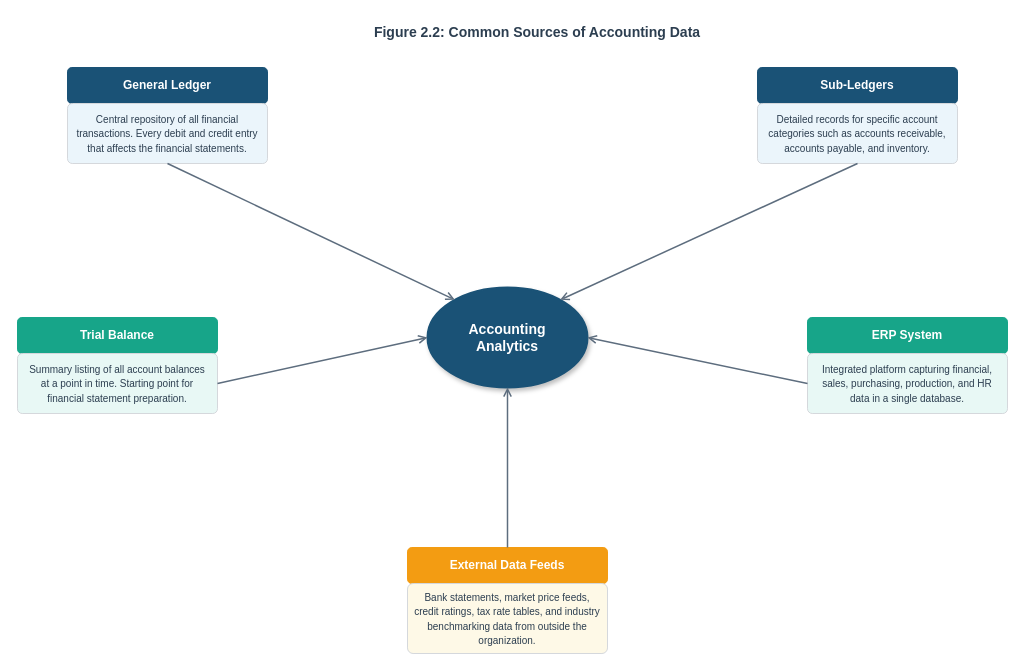
Before: visuals/src/fig-02-02-sources-accounting-data.drawio in mmcodesso/Accounting_Analytics_Book, a draw.io diagram. Source tidied: cells renumbered, new cells numbered last; positions are measured from the earlier drawing's top-left corner, leaving out a move shared by most shapes. Both pictures are drawn from the tidied source at 100%, with x=0, y=0 at pixel (17, 17).
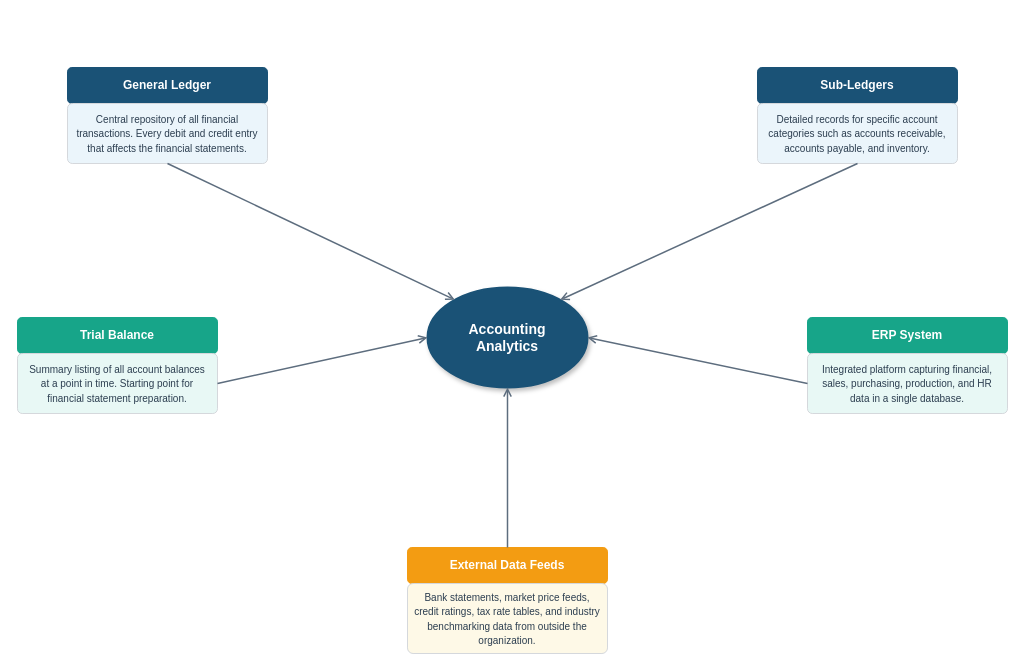
The same page after the edit.

The edit, as a diff of the source:
```diff
@@
 <mxGraphModel>
   <root>
     <mxCell id="0" />
     <mxCell id="1" parent="0" />
-    <mxCell id="2" value="&lt;b&gt;Figure 2.2: Common Sources of Accounting Data&lt;/b&gt;" style="text;html=1;align=center;verticalAlign=middle;whiteSpace=wrap;fontSize=14;fontColor=#2C3E50;fontFamily=Helvetica;" parent="1" vertex="1">
-      <mxGeometry x="220" width="600" height="30" as="geometry" />
-    </mxCell>
     <mxCell id="3" value="&lt;font color=&quot;#FFFFFF&quot; style=&quot;font-size:14px;&quot;&gt;&lt;b&gt;Accounting&lt;br&gt;Analytics&lt;/b&gt;&lt;/font&gt;" style="ellipse;whiteSpace=wrap;html=1;fillColor=#1A5276;strokeColor=#1A5276;strokeWidth=2;fontFamily=Helvetica;shadow=1;" parent="1" vertex="1">
       <mxGeometry x="410" y="270" width="160" height="100" as="geometry" />
     </mxCell>
     <mxCell id="4" value="&lt;font color=&quot;#FFFFFF&quot;&gt;&lt;b&gt;General Ledger&lt;/b&gt;&lt;/font&gt;" style="rounded=1;whiteSpace=wrap;html=1;fillColor=#1A5276;strokeColor=#1A5276;arcSize=12;verticalAlign=middle;fontSize=12;fontFamily=Helvetica;" parent="1" vertex="1">
       <mxGeometry x="50" y="50" width="200" height="36" as="geometry" />
     </mxCell>
     <mxCell id="5" value="&lt;font color=&quot;#2C3E50&quot; style=&quot;font-size:10px;&quot;&gt;Central repository of all financial transactions. Every debit and credit entry that affects the financial statements.&lt;/font&gt;" style="rounded=1;whiteSpace=wrap;html=1;fillColor=#EBF5FB;strokeColor=#D5D8DC;arcSize=8;verticalAlign=middle;spacing=8;fontFamily=Helvetica;" parent="1" vertex="1">
       <mxGeometry x="50" y="86" width="200" height="60" as="geometry" />
     </mxCell>
     <mxCell id="6" value="&lt;font color=&quot;#FFFFFF&quot;&gt;&lt;b&gt;Sub-Ledgers&lt;/b&gt;&lt;/font&gt;" style="rounded=1;whiteSpace=wrap;html=1;fillColor=#1A5276;strokeColor=#1A5276;arcSize=12;verticalAlign=middle;fontSize=12;fontFamily=Helvetica;" parent="1" vertex="1">
       <mxGeometry x="740" y="50" width="200" height="36" as="geometry" />
     </mxCell>
     <mxCell id="7" value="&lt;font color=&quot;#2C3E50&quot; style=&quot;font-size:10px;&quot;&gt;Detailed records for specific account categories such as accounts receivable, accounts payable, and inventory.&lt;/font&gt;" style="rounded=1;whiteSpace=wrap;html=1;fillColor=#EBF5FB;strokeColor=#D5D8DC;arcSize=8;verticalAlign=middle;spacing=8;fontFamily=Helvetica;" parent="1" vertex="1">
       <mxGeometry x="740" y="86" width="200" height="60" as="geometry" />
     </mxCell>
     <mxCell id="8" value="&lt;font color=&quot;#FFFFFF&quot;&gt;&lt;b&gt;Trial Balance&lt;/b&gt;&lt;/font&gt;" style="rounded=1;whiteSpace=wrap;html=1;fillColor=#17A589;strokeColor=#17A589;arcSize=12;verticalAlign=middle;fontSize=12;fontFamily=Helvetica;" parent="1" vertex="1">
       <mxGeometry y="300" width="200" height="36" as="geometry" />
     </mxCell>
     <mxCell id="9" value="&lt;font color=&quot;#2C3E50&quot; style=&quot;font-size:10px;&quot;&gt;Summary listing of all account balances at a point in time. Starting point for financial statement preparation.&lt;/font&gt;" style="rounded=1;whiteSpace=wrap;html=1;fillColor=#E8F8F5;strokeColor=#D5D8DC;arcSize=8;verticalAlign=middle;spacing=8;fontFamily=Helvetica;" parent="1" vertex="1">
       <mxGeometry y="336" width="200" height="60" as="geometry" />
     </mxCell>
     <mxCell id="10" value="&lt;font color=&quot;#FFFFFF&quot;&gt;&lt;b&gt;ERP System&lt;/b&gt;&lt;/font&gt;" style="rounded=1;whiteSpace=wrap;html=1;fillColor=#17A589;strokeColor=#17A589;arcSize=12;verticalAlign=middle;fontSize=12;fontFamily=Helvetica;" parent="1" vertex="1">
       <mxGeometry x="790" y="300" width="200" height="36" as="geometry" />
     </mxCell>
     <mxCell id="11" value="&lt;font color=&quot;#2C3E50&quot; style=&quot;font-size:10px;&quot;&gt;Integrated platform capturing financial, sales, purchasing, production, and HR data in a single database.&lt;/font&gt;" style="rounded=1;whiteSpace=wrap;html=1;fillColor=#E8F8F5;strokeColor=#D5D8DC;arcSize=8;verticalAlign=middle;spacing=8;fontFamily=Helvetica;" parent="1" vertex="1">
       <mxGeometry x="790" y="336" width="200" height="60" as="geometry" />
     </mxCell>
     <mxCell id="12" value="&lt;font color=&quot;#FFFFFF&quot;&gt;&lt;b&gt;External Data Feeds&lt;/b&gt;&lt;/font&gt;" style="rounded=1;whiteSpace=wrap;html=1;fillColor=#F39C12;strokeColor=#F39C12;arcSize=12;verticalAlign=middle;fontSize=12;fontFamily=Helvetica;" parent="1" vertex="1">
       <mxGeometry x="390" y="530" width="200" height="36" as="geometry" />
     </mxCell>
     <mxCell id="13" value="&lt;font color=&quot;#2C3E50&quot; style=&quot;font-size:10px;&quot;&gt;Bank statements, market price feeds, credit ratings, tax rate tables, and industry benchmarking data from outside the organization.&lt;/font&gt;" style="rounded=1;whiteSpace=wrap;html=1;fillColor=#FEF9E7;strokeColor=#D5D8DC;arcSize=8;verticalAlign=middle;spacing=8;fontFamily=Helvetica;" parent="1" vertex="1">
       <mxGeometry x="390" y="566" width="200" height="70" as="geometry" />
     </mxCell>
     <mxCell id="14" style="rounded=1;jettySize=auto;strokeColor=#5D6D7E;strokeWidth=1.5;endArrow=open;endFill=0;exitX=0.5;exitY=1;exitDx=0;exitDy=0;entryX=0.15;entryY=0.1;entryDx=0;entryDy=0;curved=1;" parent="1" edge="1" source="5" target="3">
       <mxGeometry relative="1" as="geometry" />
     </mxCell>
     <mxCell id="15" style="rounded=1;jettySize=auto;strokeColor=#5D6D7E;strokeWidth=1.5;endArrow=open;endFill=0;exitX=0.5;exitY=1;exitDx=0;exitDy=0;entryX=0.85;entryY=0.1;entryDx=0;entryDy=0;curved=1;" parent="1" edge="1" source="7" target="3">
       <mxGeometry relative="1" as="geometry" />
     </mxCell>
     <mxCell id="16" style="rounded=1;jettySize=auto;strokeColor=#5D6D7E;strokeWidth=1.5;endArrow=open;endFill=0;exitX=1;exitY=0.5;exitDx=0;exitDy=0;entryX=0;entryY=0.5;entryDx=0;entryDy=0;" parent="1" edge="1" source="9" target="3">
       <mxGeometry relative="1" as="geometry" />
     </mxCell>
     <mxCell id="17" style="rounded=1;jettySize=auto;strokeColor=#5D6D7E;strokeWidth=1.5;endArrow=open;endFill=0;exitX=0;exitY=0.5;exitDx=0;exitDy=0;entryX=1;entryY=0.5;entryDx=0;entryDy=0;" parent="1" edge="1" source="11" target="3">
       <mxGeometry relative="1" as="geometry" />
     </mxCell>
     <mxCell id="18" style="rounded=1;jettySize=auto;strokeColor=#5D6D7E;strokeWidth=1.5;endArrow=open;endFill=0;exitX=0.5;exitY=0;exitDx=0;exitDy=0;entryX=0.5;entryY=1;entryDx=0;entryDy=0;" parent="1" edge="1" source="12" target="3">
       <mxGeometry relative="1" as="geometry" />
     </mxCell>
   </root>
 </mxGraphModel>
```
